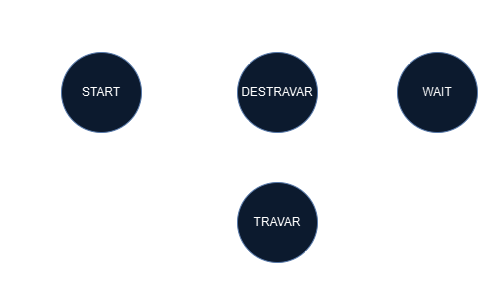
This is images/ME-Suporte.png from JeanMagnus/bicicletario-universitario, a draw.io export, as it was before one commit. Source tidied: cells renumbered, new cells last; positions are measured from the earlier drawing's top-left corner, leaving out a move shared by most shapes.
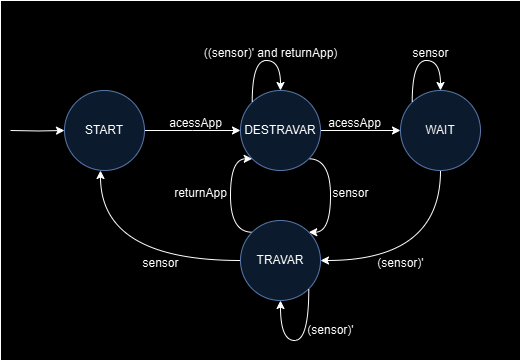
Above is the later version.

Change to the diagram source:
```diff
@@ -2,6 +2,9 @@
   <root>
     <mxCell id="0" />
     <mxCell id="1" parent="0" />
+    <mxCell id="25" style="rounded=0;whiteSpace=wrap;html=1;" parent="1" vertex="1">
+      <mxGeometry x="-10" y="-38" width="520" height="360" as="geometry" />
+    </mxCell>
     <mxCell id="2" style="edgeStyle=orthogonalEdgeStyle;curved=1;rounded=0;jettySize=auto;html=1;exitX=1;exitY=1;exitDx=0;exitDy=0;entryX=1;entryY=0;entryDx=0;entryDy=0;" parent="1" edge="1" source="7" target="16">
       <mxGeometry relative="1" as="geometry">
         <Array as="points">
@@ -37,8 +40,8 @@
         </Array>
       </mxGeometry>
     </mxCell>
-    <mxCell id="9" value="(sensor)'" style="text;html=1;align=center;verticalAlign=middle;strokeColor=none;fillColor=none;" parent="1" vertex="1">
-      <mxGeometry x="230" width="70" height="30" as="geometry" />
+    <mxCell id="9" value="((sensor)' and returnApp)" style="text;html=1;align=center;verticalAlign=middle;strokeColor=none;fillColor=none;" parent="1" vertex="1">
+      <mxGeometry x="180" width="160" height="30" as="geometry" />
     </mxCell>
     <mxCell id="10" style="edgeStyle=orthogonalEdgeStyle;curved=1;rounded=0;jettySize=auto;html=1;exitX=0.5;exitY=1;exitDx=0;exitDy=0;entryX=1;entryY=0.5;entryDx=0;entryDy=0;" parent="1" edge="1" source="11" target="16">
       <mxGeometry relative="1" as="geometry" />
```
